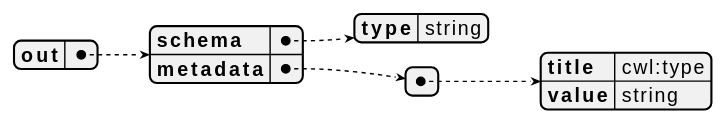
Above: docs/c4/components/workflow/publish_workflow/ogc_processes_outputs.svg in Terradue/osc-client (PlantUML), before the change. Source of this version:
```plantuml
@startjson
{
  "out": {
    "schema": {
      "type": "string"
    },
    "metadata": [
      {
        "title": "cwl:type",
        "value": "string"
      }
    ]
  }
}
@endjson
```
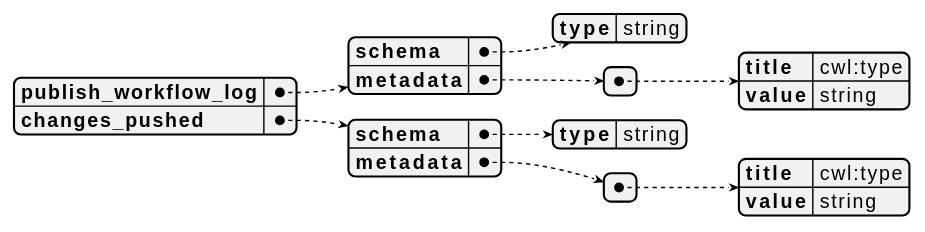
Above is the later version.

Diff of the diagram source:
```diff
@@ -1,6 +1,17 @@
 @startjson
 {
-  "out": {
+  "publish_workflow_log": {
+    "schema": {
+      "type": "string"
+    },
+    "metadata": [
+      {
+        "title": "cwl:type",
+        "value": "string"
+      }
+    ]
+  },
+  "changes_pushed": {
     "schema": {
       "type": "string"
     },
```
